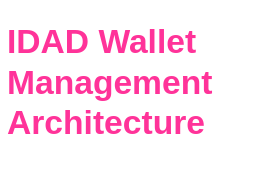
This is Work Samples/WF/IDAD_FLOW_BC.drawio.svg from uchiharizvi/design-diagrams, a draw.io export, as it was before one commit. Source tidied: cells renumbered, new cells last; positions are measured from the earlier drawing's top-left corner, leaving out a move shared by most shapes. The source it was exported from:
```xml
<mxGraphModel>
  <root>
    <mxCell id="0" />
    <mxCell id="1" parent="0" />
    <mxCell id="2" value="&lt;h1&gt;&lt;font color=&quot;#ff3399&quot;&gt;IDAD Wallet Management Architecture&lt;/font&gt;&lt;/h1&gt;" style="text;html=1;spacing=5;spacingTop=-20;whiteSpace=wrap;overflow=hidden;rounded=0;" parent="1" vertex="1">
      <mxGeometry width="190" height="120" as="geometry" />
    </mxCell>
  </root>
</mxGraphModel>
```
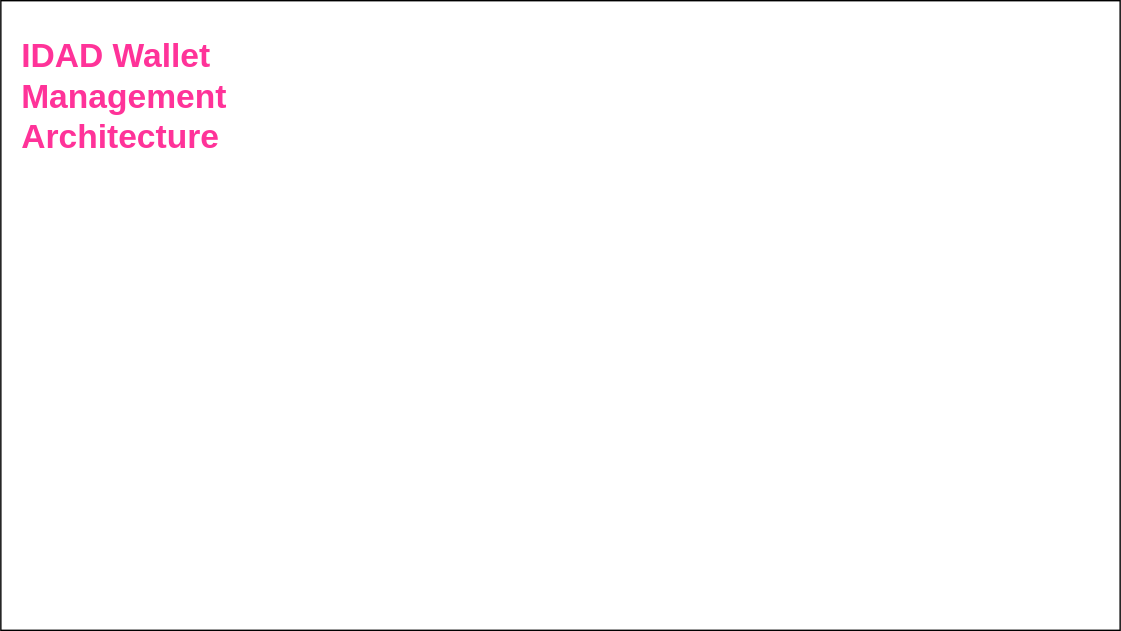
After the commit.

What changed in the source:
```diff
@@ -2,6 +2,9 @@
   <root>
     <mxCell id="0" />
     <mxCell id="1" parent="0" />
+    <mxCell id="3" style="rounded=0;whiteSpace=wrap;html=1;" parent="1" vertex="1">
+      <mxGeometry x="-10" y="-20" width="800" height="450" as="geometry" />
+    </mxCell>
     <mxCell id="2" value="&lt;h1&gt;&lt;font color=&quot;#ff3399&quot;&gt;IDAD Wallet Management Architecture&lt;/font&gt;&lt;/h1&gt;" style="text;html=1;spacing=5;spacingTop=-20;whiteSpace=wrap;overflow=hidden;rounded=0;" parent="1" vertex="1">
       <mxGeometry width="190" height="120" as="geometry" />
     </mxCell>
```
